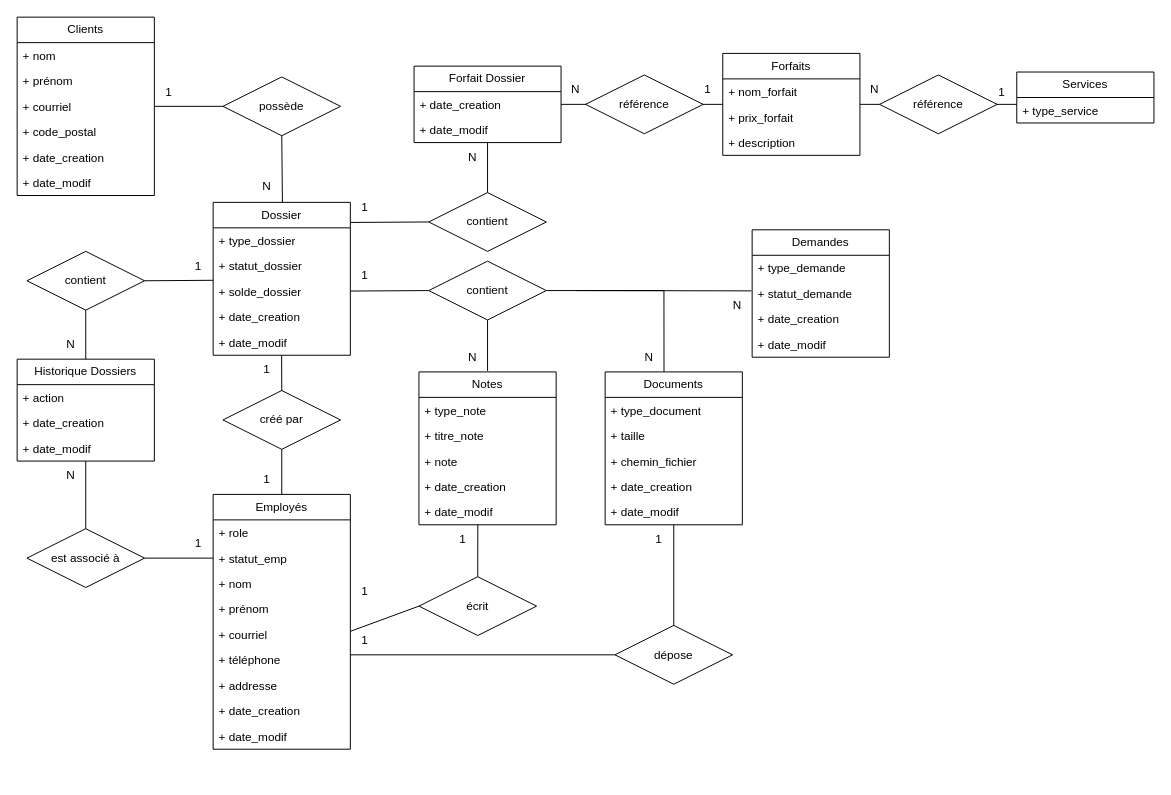
Earlier version of the draw.io diagram Mandat 1 - Planification/BelleVibe Entité Relation.drawio (JeHudon/BelleVibe). Source tidied: cells renumbered, new cells numbered last; positions are measured from the earlier drawing's top-left corner, leaving out a move shared by most shapes. Both pictures are drawn from the tidied source at 98%, with x=0, y=0 at pixel (17, 17).
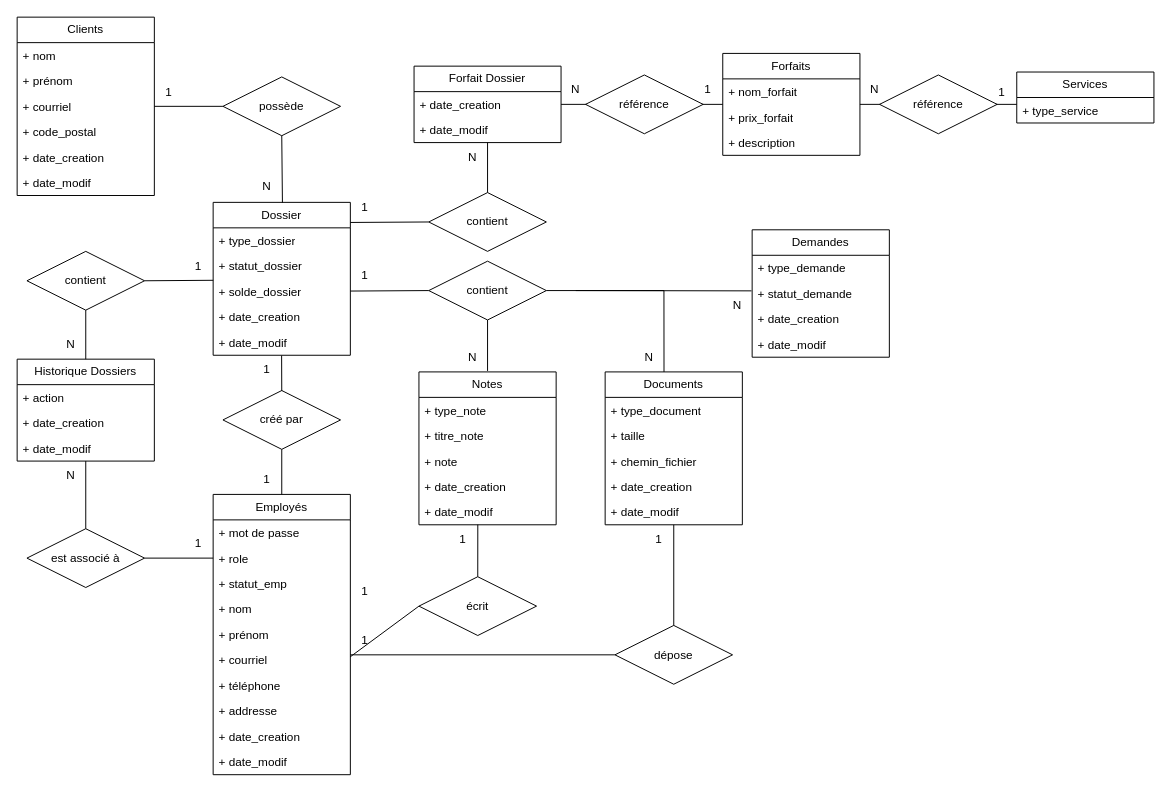
The same diagram, later.

Commit message (it also covers changes not shown here):
MODIFICATION APRES MANDAT : ajout du Mot de passe pour les employés

The edit, as a diff of the source:
```diff
@@
     <mxCell id="9" value="Employés" style="swimlane;fontStyle=0;horizontal=1;startSize=26;fillColor=none;whiteSpace=wrap;html=1;" parent="1" vertex="1">
-      <mxGeometry x="200" y="487" width="140" height="260" as="geometry" />
+      <mxGeometry x="200" y="487" width="140" height="286" as="geometry" />
     </mxCell>
+    <mxCell id="107" value="+ mot de passe&lt;span style=&quot;color: rgb(63, 63, 63); background-color: transparent;&quot;&gt;&amp;nbsp;&amp;nbsp;&lt;/span&gt;" style="text;strokeColor=none;fillColor=none;align=left;verticalAlign=top;spacingLeft=4;spacingRight=4;overflow=hidden;whiteSpace=wrap;html=1;" parent="9" vertex="1">
+      <mxGeometry y="26" width="140" height="26" as="geometry" />
+    </mxCell>
     <mxCell id="10" value="+ role&lt;div&gt;&lt;br&gt;&lt;/div&gt;" style="text;strokeColor=none;fillColor=none;align=left;verticalAlign=top;spacingLeft=4;spacingRight=4;overflow=hidden;whiteSpace=wrap;html=1;" parent="9" vertex="1">
-      <mxGeometry y="26" width="140" height="26" as="geometry" />
+      <mxGeometry y="52" width="140" height="26" as="geometry" />
     </mxCell>
     <mxCell id="11" value="+ statut_emp" style="text;strokeColor=none;fillColor=none;align=left;verticalAlign=top;spacingLeft=4;spacingRight=4;overflow=hidden;whiteSpace=wrap;html=1;" parent="9" vertex="1">
-      <mxGeometry y="52" width="140" height="26" as="geometry" />
+      <mxGeometry y="78" width="140" height="26" as="geometry" />
     </mxCell>
     <mxCell id="12" value="+ nom&amp;nbsp;" style="text;strokeColor=none;fillColor=none;align=left;verticalAlign=top;spacingLeft=4;spacingRight=4;overflow=hidden;whiteSpace=wrap;html=1;" parent="9" vertex="1">
-      <mxGeometry y="78" width="140" height="26" as="geometry" />
+      <mxGeometry y="104" width="140" height="26" as="geometry" />
     </mxCell>
     <mxCell id="13" value="+ prénom&amp;nbsp;" style="text;strokeColor=none;fillColor=none;align=left;verticalAlign=top;spacingLeft=4;spacingRight=4;overflow=hidden;whiteSpace=wrap;html=1;" parent="9" vertex="1">
-      <mxGeometry y="104" width="140" height="26" as="geometry" />
+      <mxGeometry y="130" width="140" height="26" as="geometry" />
     </mxCell>
     <mxCell id="14" value="+ courriel" style="text;strokeColor=none;fillColor=none;align=left;verticalAlign=top;spacingLeft=4;spacingRight=4;overflow=hidden;points=[[0,0.5],[1,0.5]];portConstraint=eastwest;whiteSpace=wrap;html=1;" parent="9" vertex="1">
-      <mxGeometry y="130" width="140" height="26" as="geometry" />
+      <mxGeometry y="156" width="140" height="26" as="geometry" />
     </mxCell>
     <mxCell id="15" value="+ téléphone" style="text;strokeColor=none;fillColor=none;align=left;verticalAlign=top;spacingLeft=4;spacingRight=4;overflow=hidden;whiteSpace=wrap;html=1;" parent="9" vertex="1">
-      <mxGeometry y="156" width="140" height="26" as="geometry" />
+      <mxGeometry y="182" width="140" height="26" as="geometry" />
     </mxCell>
     <mxCell id="16" value="+ addresse&amp;nbsp;" style="text;strokeColor=none;fillColor=none;align=left;verticalAlign=top;spacingLeft=4;spacingRight=4;overflow=hidden;whiteSpace=wrap;html=1;" parent="9" vertex="1">
-      <mxGeometry y="182" width="140" height="26" as="geometry" />
+      <mxGeometry y="208" width="140" height="26" as="geometry" />
     </mxCell>
     <mxCell id="17" value="+ date_creation&lt;div&gt;&lt;br&gt;&lt;/div&gt;" style="text;strokeColor=none;fillColor=none;align=left;verticalAlign=top;spacingLeft=4;spacingRight=4;overflow=hidden;whiteSpace=wrap;html=1;" parent="9" vertex="1">
-      <mxGeometry y="208" width="140" height="26" as="geometry" />
+      <mxGeometry y="234" width="140" height="26" as="geometry" />
     </mxCell>
     <mxCell id="18" value="+ date_modif" style="text;strokeColor=none;fillColor=none;align=left;verticalAlign=top;spacingLeft=4;spacingRight=4;overflow=hidden;whiteSpace=wrap;html=1;" parent="9" vertex="1">
-      <mxGeometry y="234" width="140" height="26" as="geometry" />
+      <mxGeometry y="260" width="140" height="26" as="geometry" />
     </mxCell>
```
